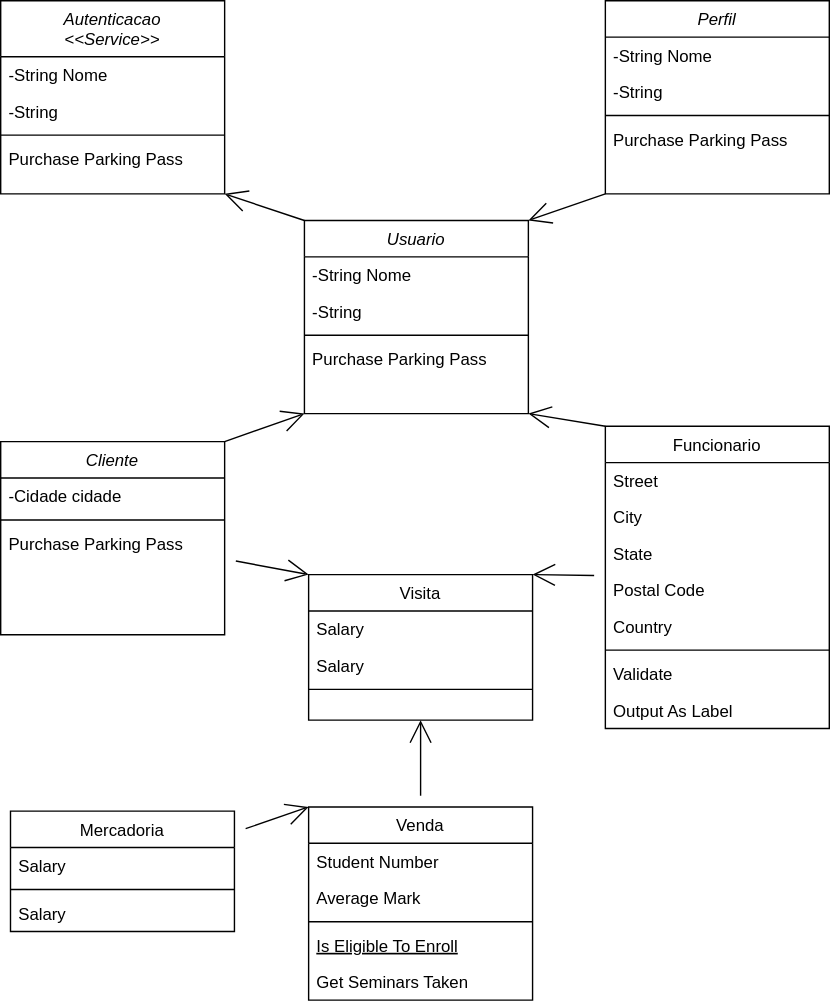
Earlier version of the draw.io export .diagramas/class.api.drawio.svg (jcjoo/pi). Source tidied: cells renumbered, new cells last; positions are measured from the earlier drawing's top-left corner, leaving out a move shared by most shapes.
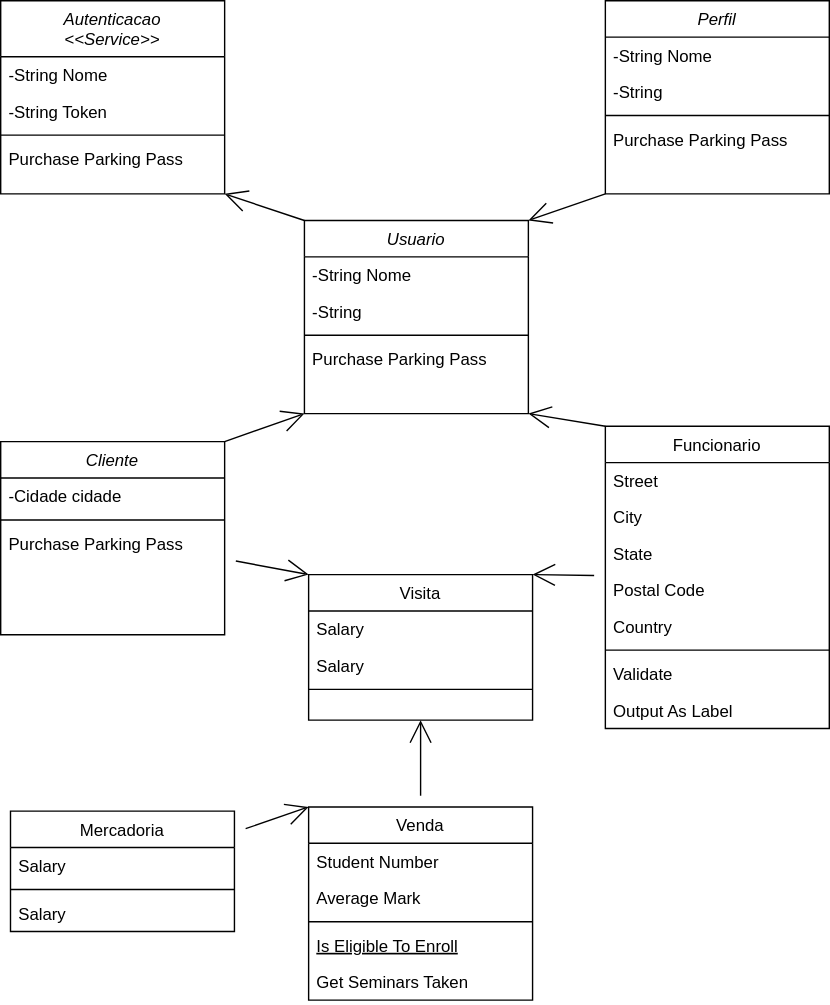
Above is the later version.

Change to the diagram source:
```diff
@@ -143,7 +143,7 @@
     <mxCell id="48" value="-String Nome" style="text;align=left;verticalAlign=top;spacingLeft=4;spacingRight=4;overflow=hidden;" parent="47" vertex="1">
       <mxGeometry y="40" width="160" height="26" as="geometry" />
     </mxCell>
-    <mxCell id="49" value="-String&#10;" style="text;align=left;verticalAlign=top;spacingLeft=4;spacingRight=4;overflow=hidden;rounded=0;shadow=0;html=0;" parent="47" vertex="1">
+    <mxCell id="49" value="-String Token&#10;" style="text;align=left;verticalAlign=top;spacingLeft=4;spacingRight=4;overflow=hidden;rounded=0;shadow=0;html=0;" parent="47" vertex="1">
       <mxGeometry y="66" width="160" height="26" as="geometry" />
     </mxCell>
     <mxCell id="50" style="line;html=1;strokeWidth=1;align=left;verticalAlign=middle;spacingTop=-1;spacingLeft=3;spacingRight=3;labelPosition=right;" parent="47" vertex="1">
```
